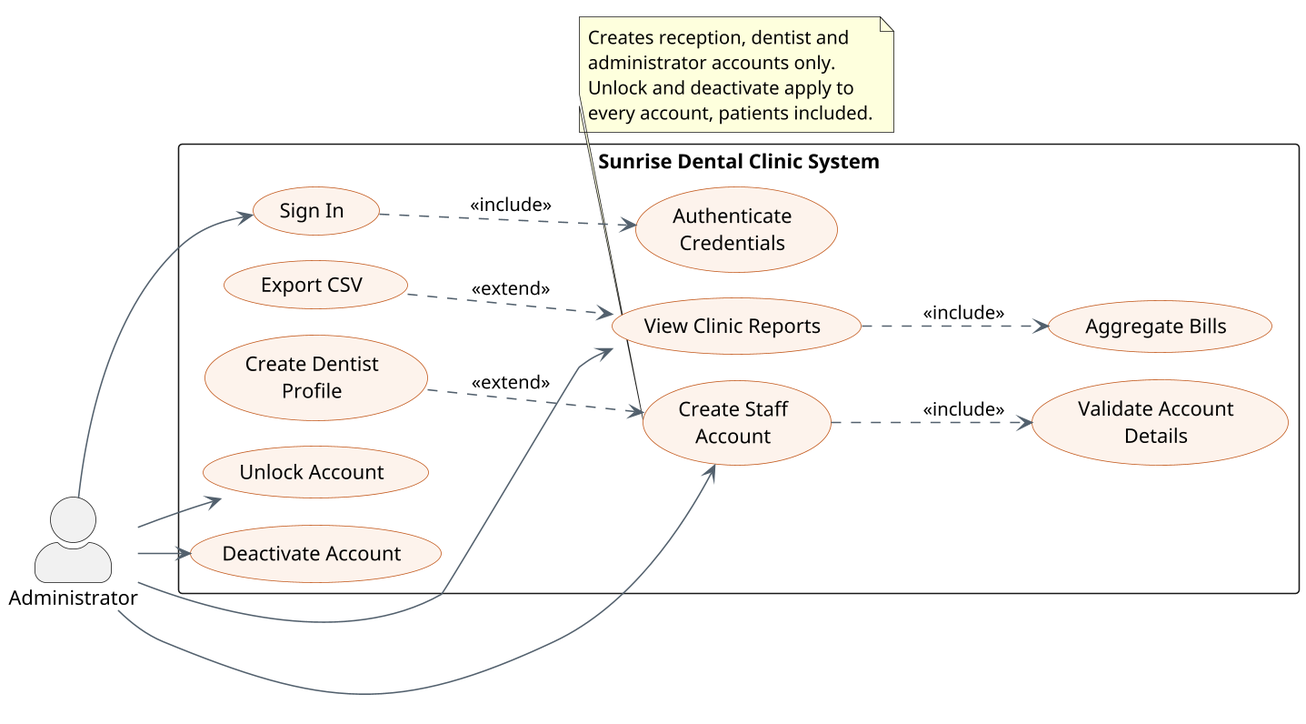
Above: modular/docs/use-case/use_case_admin_manage.png in ShakyaRanasinghe/sunrise-dental-clinic (PlantUML), before the change.
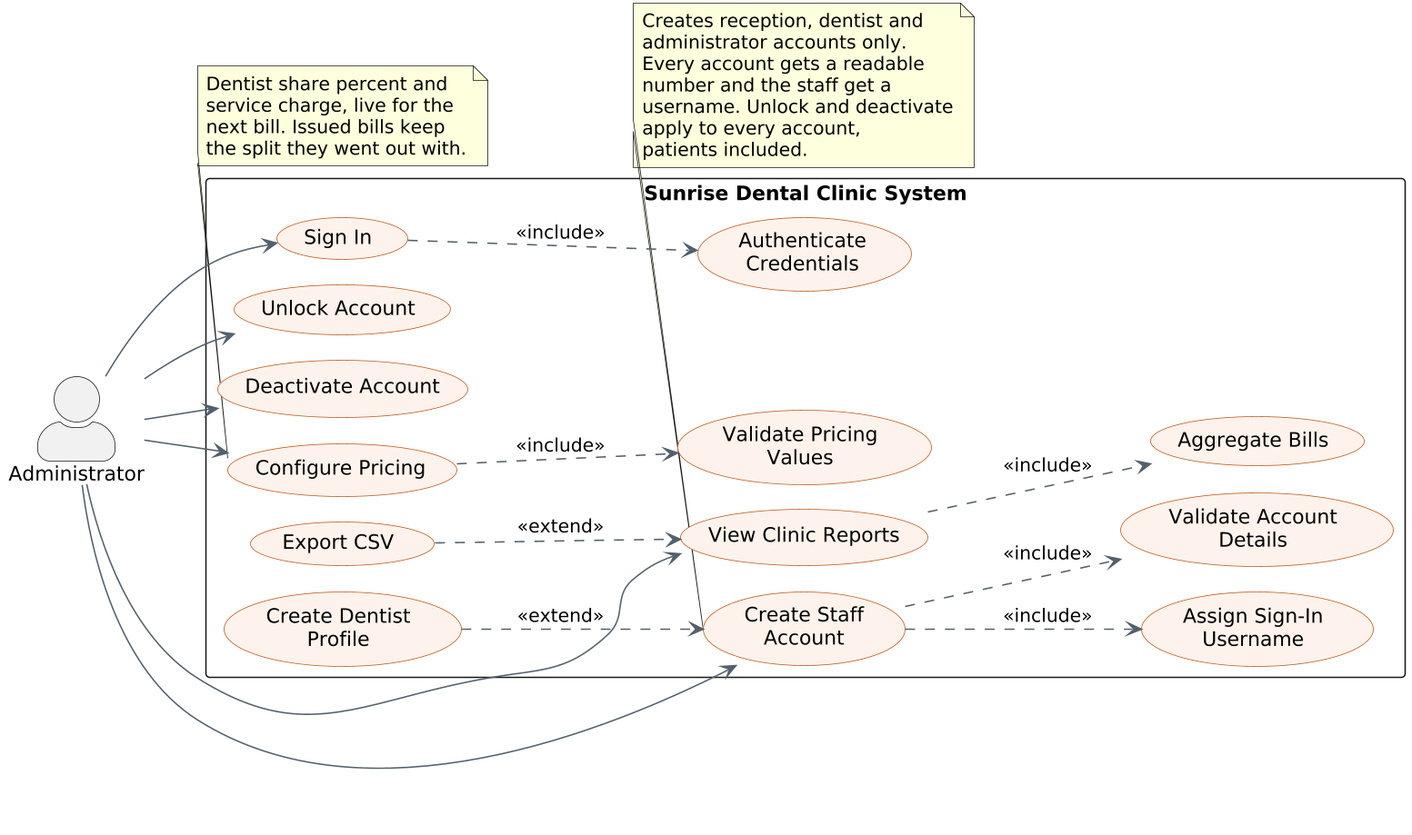
The same diagram one commit later.

Change to the diagram source:
```diff
@@ -26,9 +26,12 @@
   usecase "Export CSV" as UC_CSV
   usecase "Create Staff\nAccount" as UC_NEW
   usecase "Validate Account\nDetails" as UC_VACC
+  usecase "Assign Sign-In\nUsername" as UC_USER
   usecase "Create Dentist\nProfile" as UC_DENT
   usecase "Unlock Account" as UC_UNLOCK
   usecase "Deactivate Account" as UC_DEACT
+  usecase "Configure Pricing" as UC_PRICE
+  usecase "Validate Pricing\nValues" as UC_VPRICE
 }
 
 AD --> UC_LOGIN
@@ -36,10 +39,13 @@
 AD --> UC_NEW
 AD --> UC_UNLOCK
 AD --> UC_DEACT
+AD --> UC_PRICE
 
-UC_LOGIN ..> UC_AUTH : <<include>>
+UC_LOGIN ..> UC_AUTH  : <<include>>
 UC_REP   ..> UC_AGG  : <<include>>
 UC_NEW   ..> UC_VACC : <<include>>
+UC_NEW   ..> UC_USER : <<include>>
+UC_PRICE ..> UC_VPRICE : <<include>>
 
 UC_CSV  ..> UC_REP : <<extend>>
 UC_DENT ..> UC_NEW : <<extend>>
@@ -47,7 +53,17 @@
 note bottom of UC_NEW
   Creates reception, dentist and
   administrator accounts only.
-  Unlock and deactivate apply to
-  every account, patients included.
+  Every account gets a readable
+  number and the staff get a
+  username. Unlock and deactivate
+  apply to every account,
+  patients included.
+end note
+
+note bottom of UC_PRICE
+  Dentist share percent and
+  service charge, live for the
+  next bill. Issued bills keep
+  the split they went out with.
 end note
 @enduml
```
